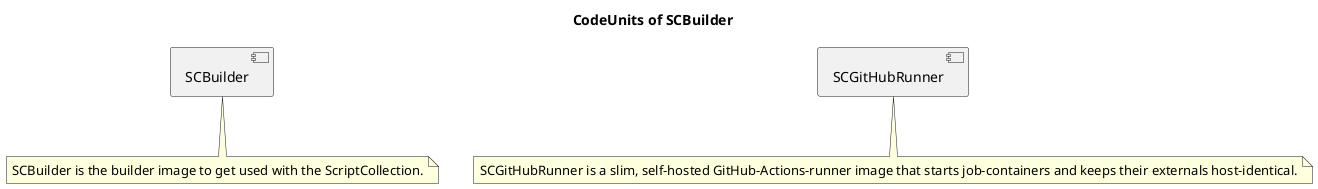
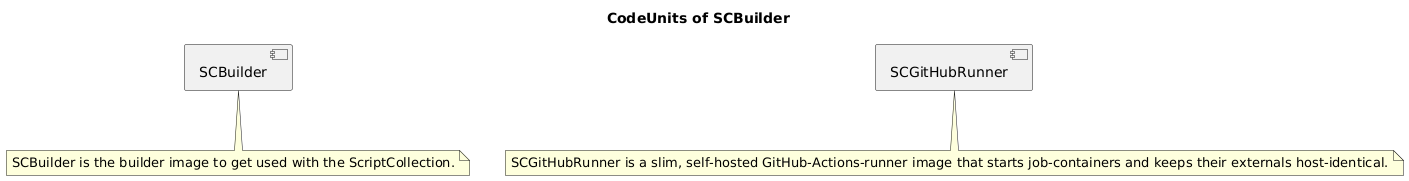
@startuml CodeUnits-Overview
+ skinparam defaultFontName "DejaVu Sans"
title CodeUnits of SCBuilder

[SCBuilder]
note as SCBuilderNote
  SCBuilder is the builder image to get used with the ScriptCollection.
end note
SCBuilder .. SCBuilderNote

[SCGitHubRunner]
note as SCGitHubRunnerNote
  SCGitHubRunner is a slim, self-hosted GitHub-Actions-runner image that starts job-containers and keeps their externals host-identical.
end note
SCGitHubRunner .. SCGitHubRunnerNote


@enduml